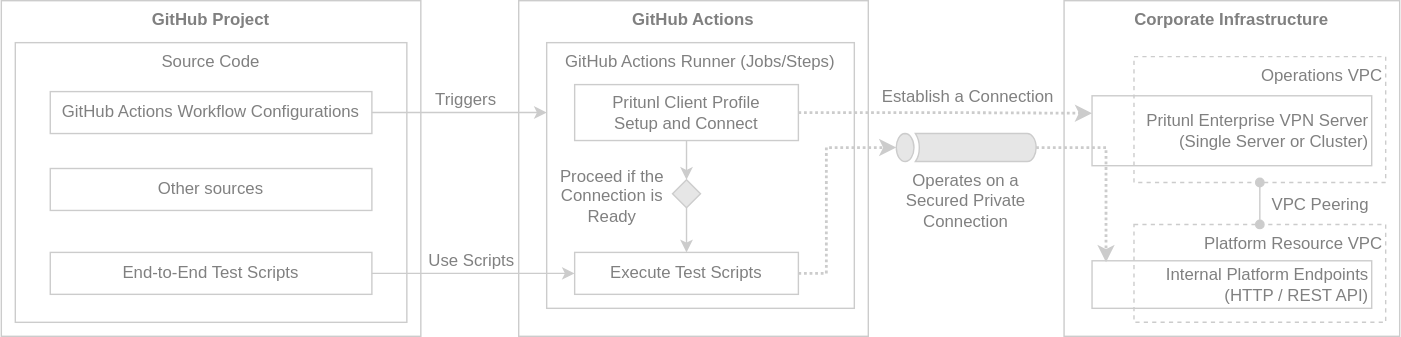
Earlier version of the draw.io export action.dio.svg (nathanielvarona/pritunl-client-github-action). Source tidied: cells renumbered, new cells last; positions are measured from the earlier drawing's top-left corner, leaving out a move shared by most shapes.
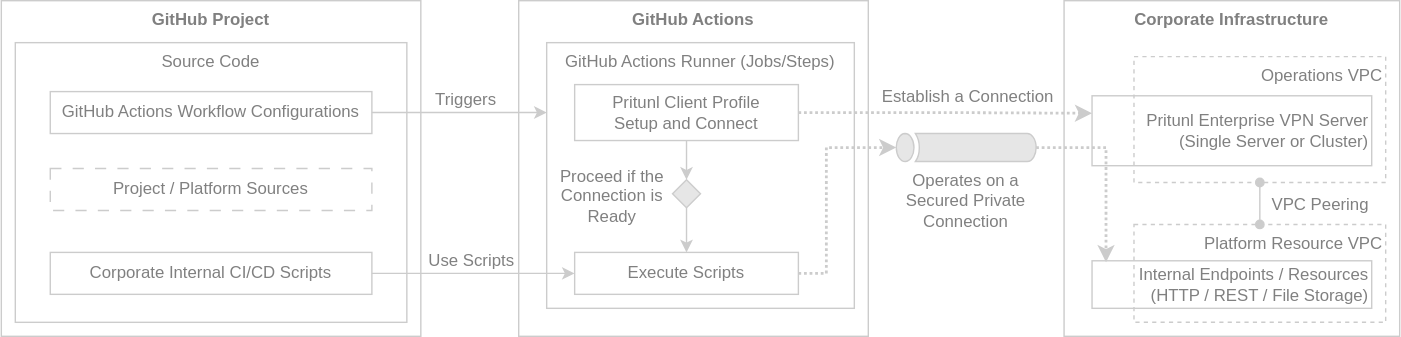
After the change.

The edit, as a diff of the source:
```diff
@@ -14,7 +14,7 @@
     <mxCell id="5" value="Source Code" style="rounded=0;verticalAlign=top;strokeColor=#CCCCCC;fillColor=none;fontColor=#808080;html=1;whiteSpace=wrap;" parent="1" vertex="1">
       <mxGeometry x="10" y="30" width="280" height="200" as="geometry" />
     </mxCell>
-    <mxCell id="6" value="End-to-End Test Scripts" style="rounded=0;strokeColor=#CCCCCC;fillColor=none;fontColor=#808080;html=1;whiteSpace=wrap;" parent="1" vertex="1">
+    <mxCell id="6" value="Corporate Internal CI/CD Scripts" style="rounded=0;strokeColor=#CCCCCC;fillColor=none;fontColor=#808080;html=1;whiteSpace=wrap;" parent="1" vertex="1">
       <mxGeometry x="35" y="180" width="230" height="30" as="geometry" />
     </mxCell>
     <mxCell id="7" value="GitHub Actions Workflow Configurations" style="rounded=0;strokeColor=#CCCCCC;fillColor=none;fontColor=#808080;html=1;whiteSpace=wrap;" parent="1" vertex="1">
@@ -40,7 +40,7 @@
     <mxCell id="13" value="Pritunl Client Profile&lt;br&gt;Setup and Connect" style="rounded=0;strokeColor=#CCCCCC;fillColor=none;fontColor=#808080;html=1;whiteSpace=wrap;" parent="1" vertex="1">
       <mxGeometry x="410" y="60" width="160" height="40" as="geometry" />
     </mxCell>
-    <mxCell id="14" value="Execute Test Scripts" style="rounded=0;strokeColor=#CCCCCC;fillColor=none;fontColor=#808080;html=1;whiteSpace=wrap;" parent="1" vertex="1">
+    <mxCell id="14" value="Execute Scripts" style="rounded=0;strokeColor=#CCCCCC;fillColor=none;fontColor=#808080;html=1;whiteSpace=wrap;" parent="1" vertex="1">
       <mxGeometry x="410" y="180" width="160" height="30" as="geometry" />
     </mxCell>
     <mxCell id="15" style="edgeStyle=orthogonalEdgeStyle;rounded=0;jettySize=auto;exitX=0.5;exitY=1;exitDx=0;exitDy=0;entryX=0.5;entryY=0;entryDx=0;entryDy=0;strokeColor=#CCCCCC;fontColor=#808080;html=1;" parent="1" edge="1" source="16" target="14">
@@ -49,7 +49,7 @@
     <mxCell id="16" style="rhombus;strokeColor=#CCCCCC;fillColor=#E6E6E6;fontColor=#808080;html=1;whiteSpace=wrap;" parent="1" vertex="1">
       <mxGeometry x="480" y="128" width="20" height="20" as="geometry" />
     </mxCell>
-    <mxCell id="17" value="Other sources" style="rounded=0;fontColor=#808080;strokeColor=#CCCCCC;fillColor=none;html=1;whiteSpace=wrap;" parent="1" vertex="1">
+    <mxCell id="17" value="Project / Platform Sources" style="rounded=0;fontColor=#808080;strokeColor=#CCCCCC;fillColor=none;html=1;whiteSpace=wrap;dashed=1;dashPattern=8 8;" parent="1" vertex="1">
       <mxGeometry x="35" y="120" width="230" height="30" as="geometry" />
     </mxCell>
     <mxCell id="18" value="Proceed if the Connection is Ready" style="text;strokeColor=none;fillColor=none;align=center;verticalAlign=middle;rounded=0;fontColor=#808080;html=1;whiteSpace=wrap;" parent="1" vertex="1">
@@ -87,7 +87,7 @@
     <mxCell id="26" value="Platform Resource VPC" style="rounded=0;verticalAlign=top;strokeColor=#CCCCCC;fillColor=none;fontColor=#808080;dashed=1;align=right;html=1;whiteSpace=wrap;" parent="1" vertex="1">
       <mxGeometry x="810" y="160" width="180" height="70" as="geometry" />
     </mxCell>
-    <mxCell id="27" value="Internal Platform Endpoints &lt;br&gt;(HTTP / REST API)" style="rounded=0;strokeColor=#CCCCCC;fillColor=none;fontColor=#808080;align=right;html=1;whiteSpace=wrap;" parent="1" vertex="1">
+    <mxCell id="27" value="Internal Endpoints / Resources&lt;br&gt;(HTTP / REST / File Storage)" style="rounded=0;strokeColor=#CCCCCC;fillColor=none;fontColor=#808080;align=right;html=1;whiteSpace=wrap;" parent="1" vertex="1">
       <mxGeometry x="780" y="186" width="200" height="34" as="geometry" />
     </mxCell>
     <mxCell id="28" value="Pritunl Enterprise VPN Server&lt;br&gt;(Single Server or Cluster)" style="rounded=0;strokeColor=#CCCCCC;fillColor=none;fontColor=#808080;align=right;html=1;whiteSpace=wrap;" parent="1" vertex="1">
```
